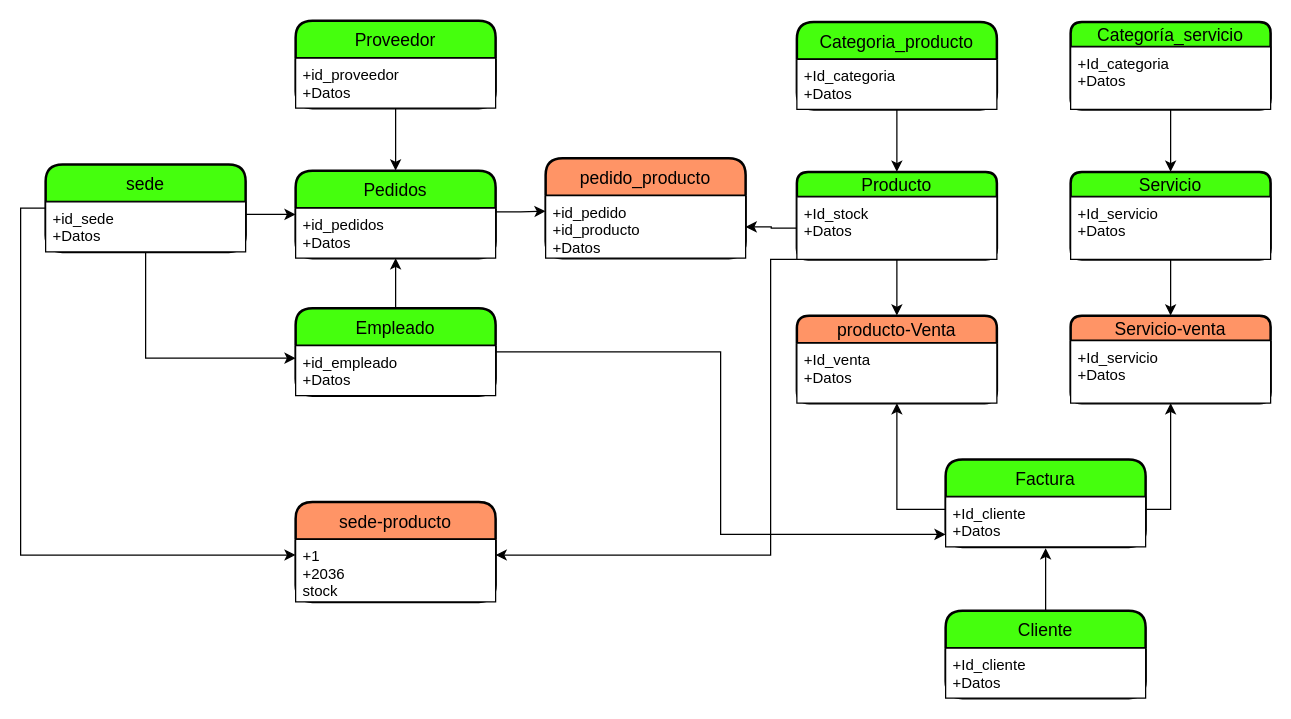
Before: Diagrama sin título.drawio in MikhersAgustiniana/Diagrama-MER, a draw.io diagram. Source tidied: cells renumbered, new cells numbered last; positions are measured from the earlier drawing's top-left corner, leaving out a move shared by most shapes. Both pictures are drawn from the tidied source at 125%, with x=0, y=0 at pixel (45, 20).
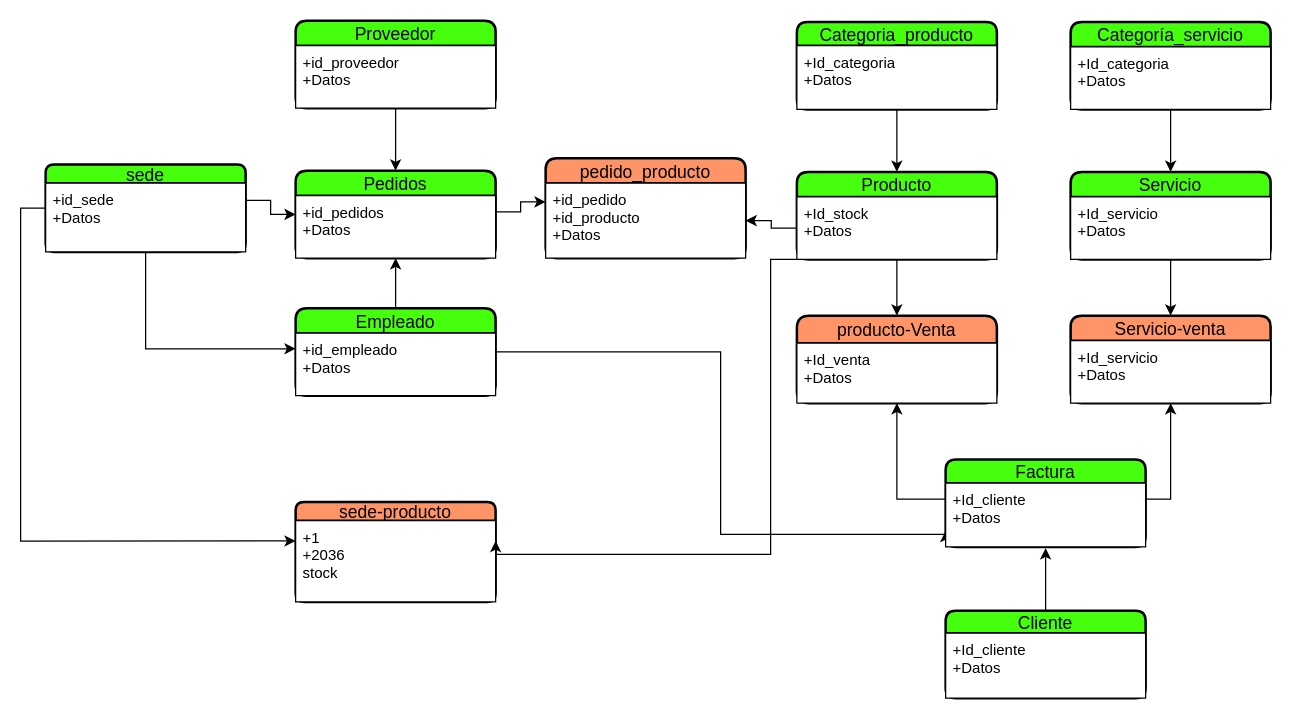
The same diagram, later.

Diff of the diagram source:
```diff
@@
-    <mxCell id="2" value="Proveedor" style="swimlane;horizontal=1;startSize=30;rounded=1;fontSize=14;fontStyle=0;strokeWidth=2;shadow=0;dashed=0;align=center;fillColor=#45FF0D;strokeColor=#000000;" parent="1" vertex="1">
+    <mxCell id="2" value="Proveedor" style="swimlane;horizontal=1;startSize=20;rounded=1;fontSize=14;fontStyle=0;strokeWidth=2;shadow=0;dashed=0;align=center;fillColor=#45FF0D;strokeColor=#000000;" parent="1" vertex="1">
       <mxGeometry x="200" width="160" height="70" as="geometry" />
     </mxCell>
     <mxCell id="3" value="+id_proveedor&#10;+Datos" style="align=left;strokeColor=#000000;fillColor=#FFFFFF;spacingLeft=4;fontSize=12;verticalAlign=top;" parent="2" vertex="1">
-      <mxGeometry y="30" width="160" height="40" as="geometry" />
+      <mxGeometry y="20" width="160" height="50" as="geometry" />
     </mxCell>
-    <mxCell id="4" value="Pedidos" style="swimlane;horizontal=1;startSize=30;rounded=1;fontSize=14;fontStyle=0;strokeWidth=2;shadow=0;dashed=0;align=center;fillColor=#45FF0D;strokeColor=#000000;" parent="1" vertex="1">
+    <mxCell id="4" value="Pedidos" style="swimlane;horizontal=1;startSize=20;rounded=1;fontSize=14;fontStyle=0;strokeWidth=2;shadow=0;dashed=0;align=center;fillColor=#45FF0D;strokeColor=#000000;" parent="1" vertex="1">
       <mxGeometry x="200" y="120" width="160" height="70" as="geometry" />
     </mxCell>
     <mxCell id="5" value="+id_pedidos&#10;+Datos" style="align=left;strokeColor=#000000;fillColor=#FFFFFF;spacingLeft=4;fontSize=12;verticalAlign=top;" parent="4" vertex="1">
-      <mxGeometry y="30" width="160" height="40" as="geometry" />
+      <mxGeometry y="20" width="160" height="50" as="geometry" />
     </mxCell>
@@
-    <mxCell id="9" value="Empleado" style="swimlane;horizontal=1;startSize=30;rounded=1;fontSize=14;fontStyle=0;strokeWidth=2;shadow=0;dashed=0;align=center;fillColor=#45FF0D;strokeColor=#000000;" parent="1" vertex="1">
+    <mxCell id="9" value="Empleado" style="swimlane;horizontal=1;startSize=20;rounded=1;fontSize=14;fontStyle=0;strokeWidth=2;shadow=0;dashed=0;align=center;fillColor=#45FF0D;strokeColor=#000000;" parent="1" vertex="1">
       <mxGeometry x="200" y="230" width="160" height="70" as="geometry" />
     </mxCell>
     <mxCell id="10" value="+id_empleado&#10;+Datos" style="align=left;strokeColor=#000000;fillColor=#FFFFFF;spacingLeft=4;fontSize=12;verticalAlign=top;" parent="9" vertex="1">
-      <mxGeometry y="30" width="160" height="40" as="geometry" />
+      <mxGeometry y="20" width="160" height="50" as="geometry" />
     </mxCell>
-    <mxCell id="11" value="pedido_producto" style="swimlane;horizontal=1;startSize=30;rounded=1;fontSize=14;fontStyle=0;strokeWidth=2;shadow=0;dashed=0;align=center;fillColor=#FF9466;strokeColor=#000000;" parent="1" vertex="1">
+    <mxCell id="11" value="pedido_producto" style="swimlane;horizontal=1;startSize=20;rounded=1;fontSize=14;fontStyle=0;strokeWidth=2;shadow=0;dashed=0;align=center;fillColor=#FF9466;strokeColor=#000000;" parent="1" vertex="1">
       <mxGeometry x="400" y="110" width="160" height="80" as="geometry" />
     </mxCell>
     <mxCell id="12" value="+id_pedido&#10;+id_producto&#10;+Datos" style="align=left;strokeColor=#000000;fillColor=#FFFFFF;spacingLeft=4;fontSize=12;verticalAlign=top;" parent="11" vertex="1">
-      <mxGeometry y="30" width="160" height="50" as="geometry" />
+      <mxGeometry y="20" width="160" height="60" as="geometry" />
     </mxCell>
@@
-    <mxCell id="16" value="Categoria_producto" style="swimlane;horizontal=1;startSize=30;rounded=1;fontSize=14;fontStyle=0;strokeWidth=2;shadow=0;dashed=0;align=center;fillColor=#45FF0D;strokeColor=#000000;" parent="1" vertex="1">
+    <mxCell id="16" value="Categoria_producto" style="swimlane;horizontal=1;startSize=19;rounded=1;fontSize=14;fontStyle=0;strokeWidth=2;shadow=0;dashed=0;align=center;fillColor=#45FF0D;strokeColor=#000000;" parent="1" vertex="1">
       <mxGeometry x="601" y="1" width="160" height="70" as="geometry" />
     </mxCell>
     <mxCell id="17" value="+Id_categoria&#10;+Datos" style="align=left;strokeColor=#000000;fillColor=#FFFFFF;spacingLeft=4;fontSize=12;verticalAlign=top;" parent="16" vertex="1">
-      <mxGeometry y="30" width="160" height="40" as="geometry" />
+      <mxGeometry y="19" width="160" height="51" as="geometry" />
     </mxCell>
@@
-    <mxCell id="23" value="Cliente" style="swimlane;horizontal=1;startSize=30;rounded=1;fontSize=14;fontStyle=0;strokeWidth=2;shadow=0;dashed=0;align=center;fillColor=#45FF0D;strokeColor=#000000;" parent="1" vertex="1">
+    <mxCell id="23" value="Cliente" style="swimlane;horizontal=1;startSize=18;rounded=1;fontSize=14;fontStyle=0;strokeWidth=2;shadow=0;dashed=0;align=center;fillColor=#45FF0D;strokeColor=#000000;" parent="1" vertex="1">
       <mxGeometry x="720" y="472" width="160" height="70" as="geometry" />
     </mxCell>
     <mxCell id="24" value="+Id_cliente&#10;+Datos" style="align=left;strokeColor=#000000;fillColor=#FFFFFF;spacingLeft=4;fontSize=12;verticalAlign=top;" parent="23" vertex="1">
-      <mxGeometry y="30" width="160" height="40" as="geometry" />
+      <mxGeometry y="18" width="160" height="52" as="geometry" />
     </mxCell>
@@
-    <mxCell id="31" value="sede" style="swimlane;horizontal=1;startSize=30;rounded=1;fontSize=14;fontStyle=0;strokeWidth=2;shadow=0;dashed=0;align=center;fillColor=#45FF0D;strokeColor=#000000;" parent="1" vertex="1">
+    <mxCell id="31" value="sede" style="swimlane;horizontal=1;startSize=15;rounded=1;fontSize=14;fontStyle=0;strokeWidth=2;shadow=0;dashed=0;align=center;fillColor=#45FF0D;strokeColor=#000000;" parent="1" vertex="1">
       <mxGeometry y="115" width="160" height="70" as="geometry" />
     </mxCell>
     <mxCell id="32" value="+id_sede&#10;+Datos" style="align=left;strokeColor=#000000;fillColor=#FFFFFF;spacingLeft=4;fontSize=12;verticalAlign=top;" parent="31" vertex="1">
-      <mxGeometry y="30" width="160" height="40" as="geometry" />
+      <mxGeometry y="15" width="160" height="55" as="geometry" />
     </mxCell>
@@
-    <mxCell id="35" value="sede-producto" style="swimlane;horizontal=1;startSize=30;rounded=1;fontSize=14;fontStyle=0;strokeWidth=2;shadow=0;dashed=0;align=center;fillColor=#FF9466;strokeColor=#000000;" parent="1" vertex="1">
+    <mxCell id="35" value="sede-producto" style="swimlane;horizontal=1;startSize=15;rounded=1;fontSize=14;fontStyle=0;strokeWidth=2;shadow=0;dashed=0;align=center;fillColor=#FF9466;strokeColor=#000000;" parent="1" vertex="1">
       <mxGeometry x="200" y="385" width="160" height="80" as="geometry" />
     </mxCell>
     <mxCell id="36" value="+1&#10;+2036&#10;stock" style="align=left;strokeColor=#000000;fillColor=#FFFFFF;spacingLeft=4;fontSize=12;verticalAlign=top;" parent="35" vertex="1">
-      <mxGeometry y="30" width="160" height="50" as="geometry" />
+      <mxGeometry y="15" width="160" height="65" as="geometry" />
     </mxCell>
@@
-    <mxCell id="40" value="Factura" style="swimlane;horizontal=1;startSize=30;rounded=1;fontSize=14;fontStyle=0;strokeWidth=2;shadow=0;dashed=0;align=center;fillColor=#45FF0D;strokeColor=#000000;" parent="1" vertex="1">
+    <mxCell id="40" value="Factura" style="swimlane;horizontal=1;startSize=19;rounded=1;fontSize=14;fontStyle=0;strokeWidth=2;shadow=0;dashed=0;align=center;fillColor=#45FF0D;strokeColor=#000000;" parent="1" vertex="1">
       <mxGeometry x="720" y="351" width="160" height="70" as="geometry" />
     </mxCell>
     <mxCell id="41" value="+Id_cliente&#10;+Datos" style="align=left;strokeColor=#000000;fillColor=#FFFFFF;spacingLeft=4;fontSize=12;verticalAlign=top;" parent="40" vertex="1">
-      <mxGeometry y="30" width="160" height="40" as="geometry" />
+      <mxGeometry y="19" width="160" height="51" as="geometry" />
     </mxCell>
```
